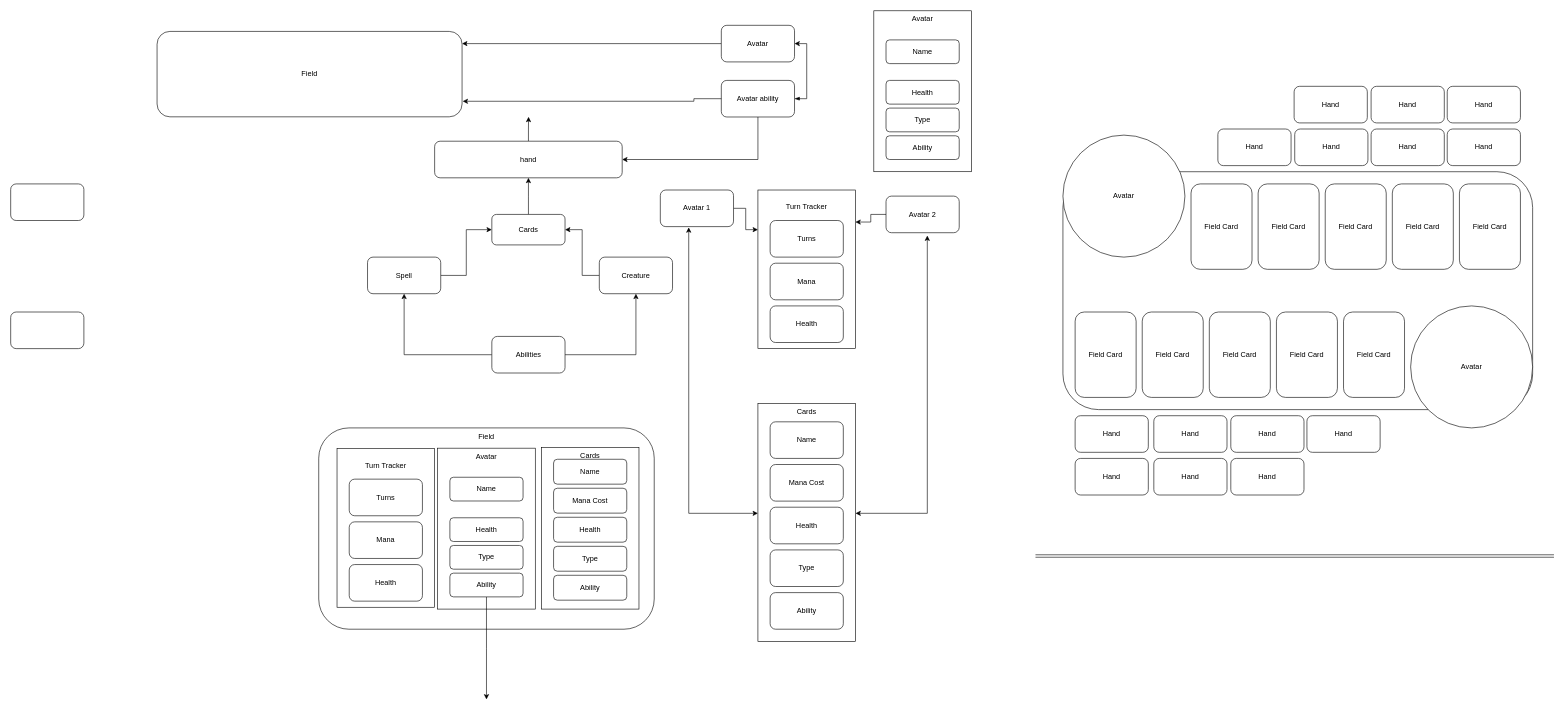
The draw.io diagram daigrams_from_site/Card Game Flow Chart.drawio in popados/01_diagrams, before the edit. Source tidied: cells renumbered, new cells numbered last; positions are measured from the earlier drawing's top-left corner, leaving out a move shared by most shapes. Both pictures are drawn from the tidied source at 61%, with x=0, y=0 at pixel (10, 10).
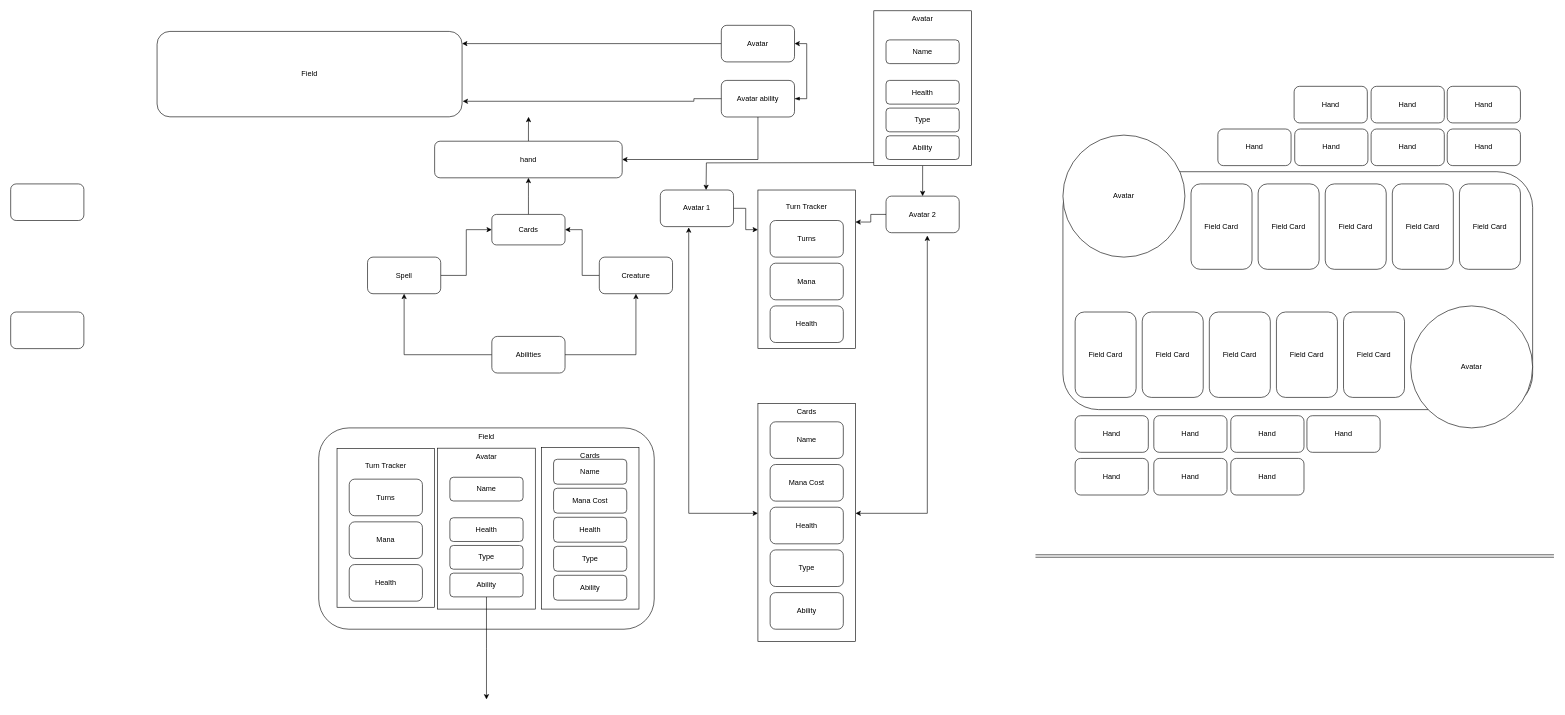
Above is the later version.

The change refers to these unchanged cells:
```xml
<mxCell id="51" value="Avatar 2" style="rounded=1;whiteSpace=wrap;html=1;" parent="1" vertex="1">
  <mxGeometry x="1435" y="304" width="120" height="60" as="geometry" />
</mxCell>
```

The edit, as a diff of the source:
```diff
@@
+    <mxCell id="93" style="edgeStyle=orthogonalEdgeStyle;rounded=0;jettySize=auto;html=1;" parent="1" edge="1" source="86" target="51">
+      <mxGeometry relative="1" as="geometry" />
+    </mxCell>
     <mxCell id="86" value="Avatar" style="rounded=0;whiteSpace=wrap;html=1;align=center;horizontal=1;verticalAlign=top;" parent="1" vertex="1">
-      <mxGeometry x="1415" y="0.2" width="160" height="263.8" as="geometry" />
+      <mxGeometry x="1415" y="0.2" width="160" height="253.8" as="geometry" />
     </mxCell>
@@
+    <mxCell id="94" style="edgeStyle=orthogonalEdgeStyle;rounded=0;orthogonalLoop=1;jettySize=auto;html=1;" parent="1" edge="1">
+      <mxGeometry relative="1" as="geometry">
+        <mxPoint x="1415" y="249" as="sourcePoint" />
+        <mxPoint x="1140" y="294" as="targetPoint" />
+      </mxGeometry>
+    </mxCell>
```
